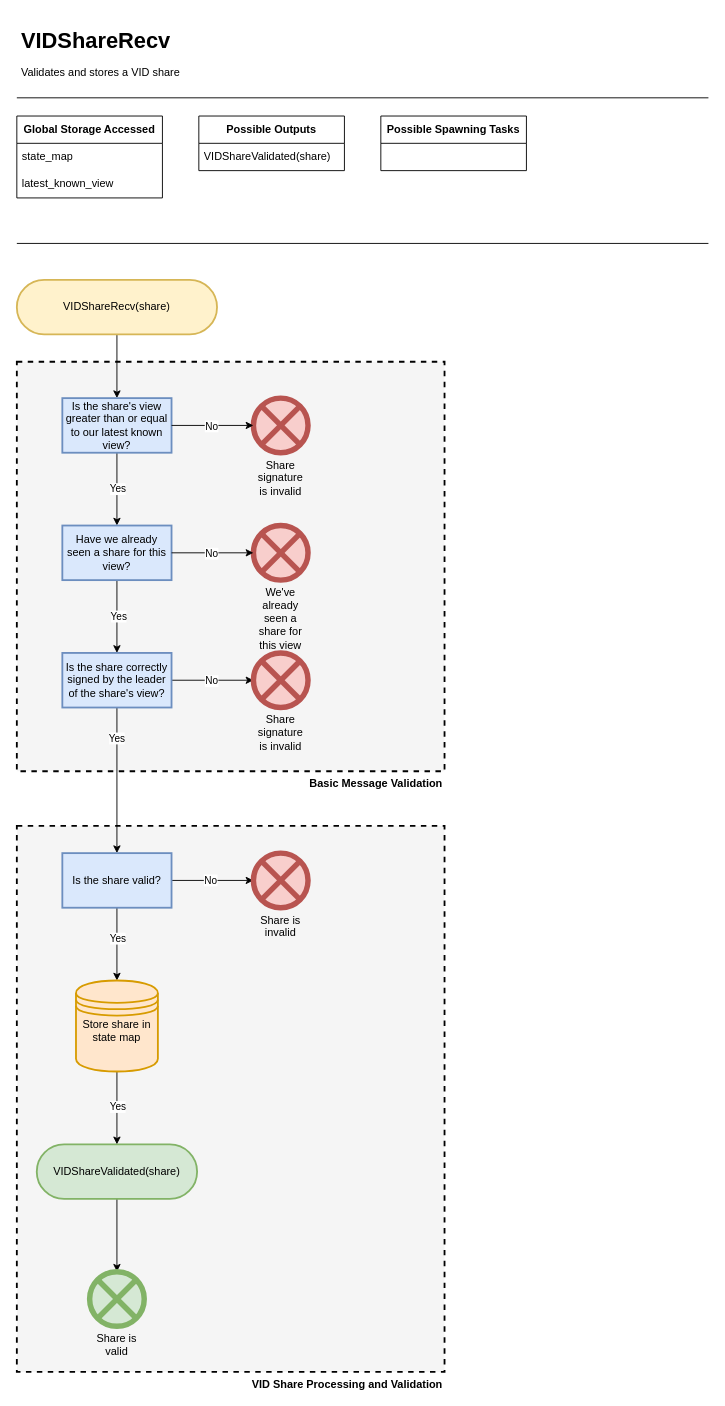
This is page "VidShareRecv" (5 of 17) of docs/diagrams/HotShotFlow.drawio from EspressoSystems/HotShot, a draw.io file, before an edit. Source tidied: cells renumbered, new cells numbered last; positions are measured from the earlier drawing's top-left corner, leaving out a move shared by most shapes. Both pictures are drawn from the tidied source at 91%, with x=0, y=0 at pixel (16, 25).
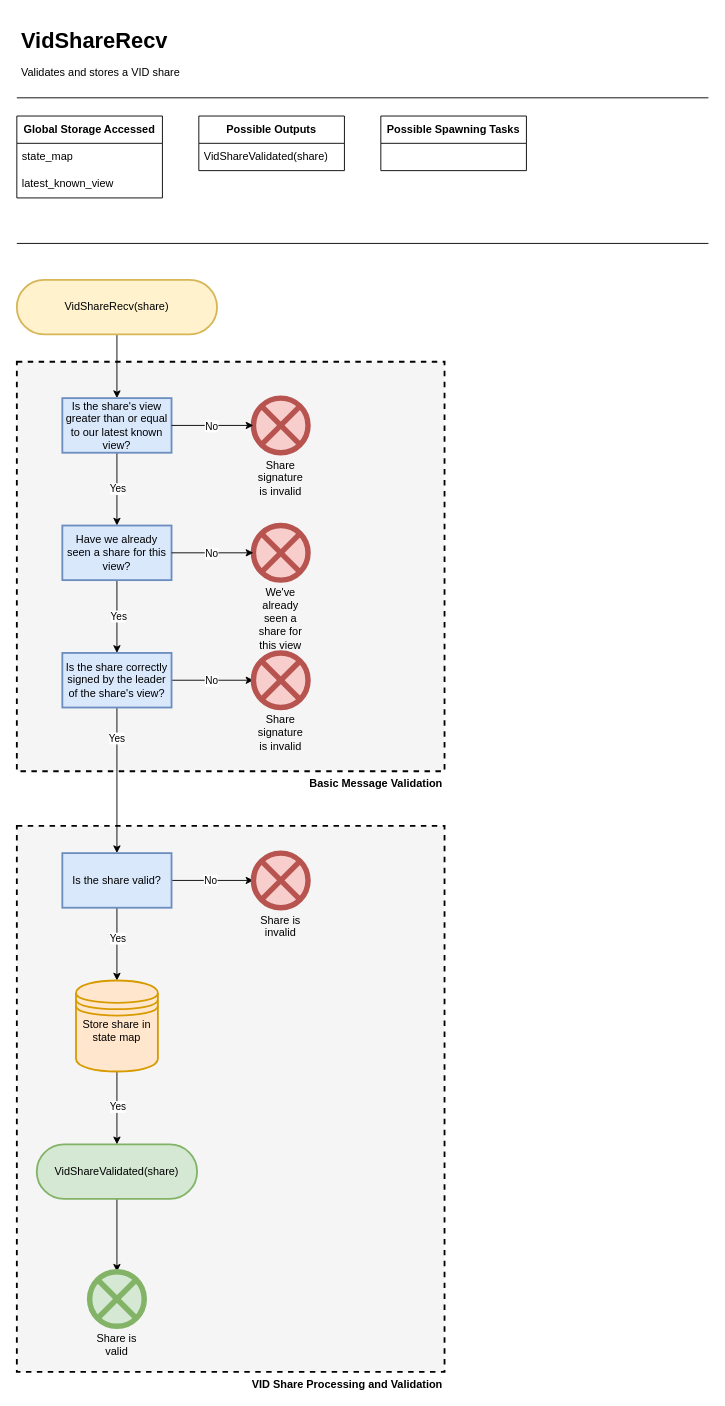
After the change.

Unchanged cells that the change refers to:
```xml
<mxCell id="9" value="&lt;b&gt;Possible Outputs&lt;/b&gt;" style="swimlane;fontStyle=0;horizontal=1;startSize=30;whiteSpace=wrap;html=1;" parent="1" vertex="1">
  <mxGeometry x="200" y="100" width="160" height="60" as="geometry" />
</mxCell>
```

The edit, as a diff of the source:
```diff
@@
-    <mxCell id="4" value="&lt;h1 style=&quot;line-height: 100%;&quot;&gt;VIDShareRecv&lt;/h1&gt;&lt;p style=&quot;line-height: 100%;&quot;&gt;Validates and stores a VID share&lt;/p&gt;" style="text;html=1;strokeColor=none;fillColor=none;spacing=5;spacingTop=-20;whiteSpace=wrap;overflow=hidden;rounded=0;" parent="1" vertex="1">
+    <mxCell id="4" value="&lt;h1 style=&quot;line-height: 100%;&quot;&gt;VidShareRecv&lt;/h1&gt;&lt;p style=&quot;line-height: 100%;&quot;&gt;Validates and stores a VID share&lt;/p&gt;" style="text;html=1;strokeColor=none;fillColor=none;spacing=5;spacingTop=-20;whiteSpace=wrap;overflow=hidden;rounded=0;" parent="1" vertex="1">
       <mxGeometry width="350" height="70" as="geometry" />
     </mxCell>
@@
-    <mxCell id="10" value="VIDShareValidated(share)" style="text;strokeColor=none;fillColor=none;align=left;verticalAlign=middle;spacingLeft=4;spacingRight=4;overflow=hidden;whiteSpace=wrap;html=1;" parent="9" vertex="1">
+    <mxCell id="10" value="VidShareValidated(share)" style="text;strokeColor=none;fillColor=none;align=left;verticalAlign=middle;spacingLeft=4;spacingRight=4;overflow=hidden;whiteSpace=wrap;html=1;" parent="9" vertex="1">
       <mxGeometry y="30" width="160" height="30" as="geometry" />
     </mxCell>
@@
-    <mxCell id="14" value="VIDShareRecv(share)" style="rounded=1;whiteSpace=wrap;html=1;fillColor=#fff2cc;strokeColor=#d6b656;arcSize=50;strokeWidth=2;" parent="1" vertex="1">
+    <mxCell id="14" value="VidShareRecv(share)" style="rounded=1;whiteSpace=wrap;html=1;fillColor=#fff2cc;strokeColor=#d6b656;arcSize=50;strokeWidth=2;" parent="1" vertex="1">
       <mxGeometry y="280" width="220" height="60" as="geometry" />
     </mxCell>
@@
-    <mxCell id="22" value="VIDShareValidated(share)" style="whiteSpace=wrap;html=1;fillColor=#d5e8d4;strokeColor=#82b366;rounded=1;arcSize=50;strokeWidth=2;" parent="1" vertex="1">
+    <mxCell id="22" value="VidShareValidated(share)" style="whiteSpace=wrap;html=1;fillColor=#d5e8d4;strokeColor=#82b366;rounded=1;arcSize=50;strokeWidth=2;" parent="1" vertex="1">
       <mxGeometry x="21.9" y="1230" width="176.2" height="60" as="geometry" />
     </mxCell>
```
